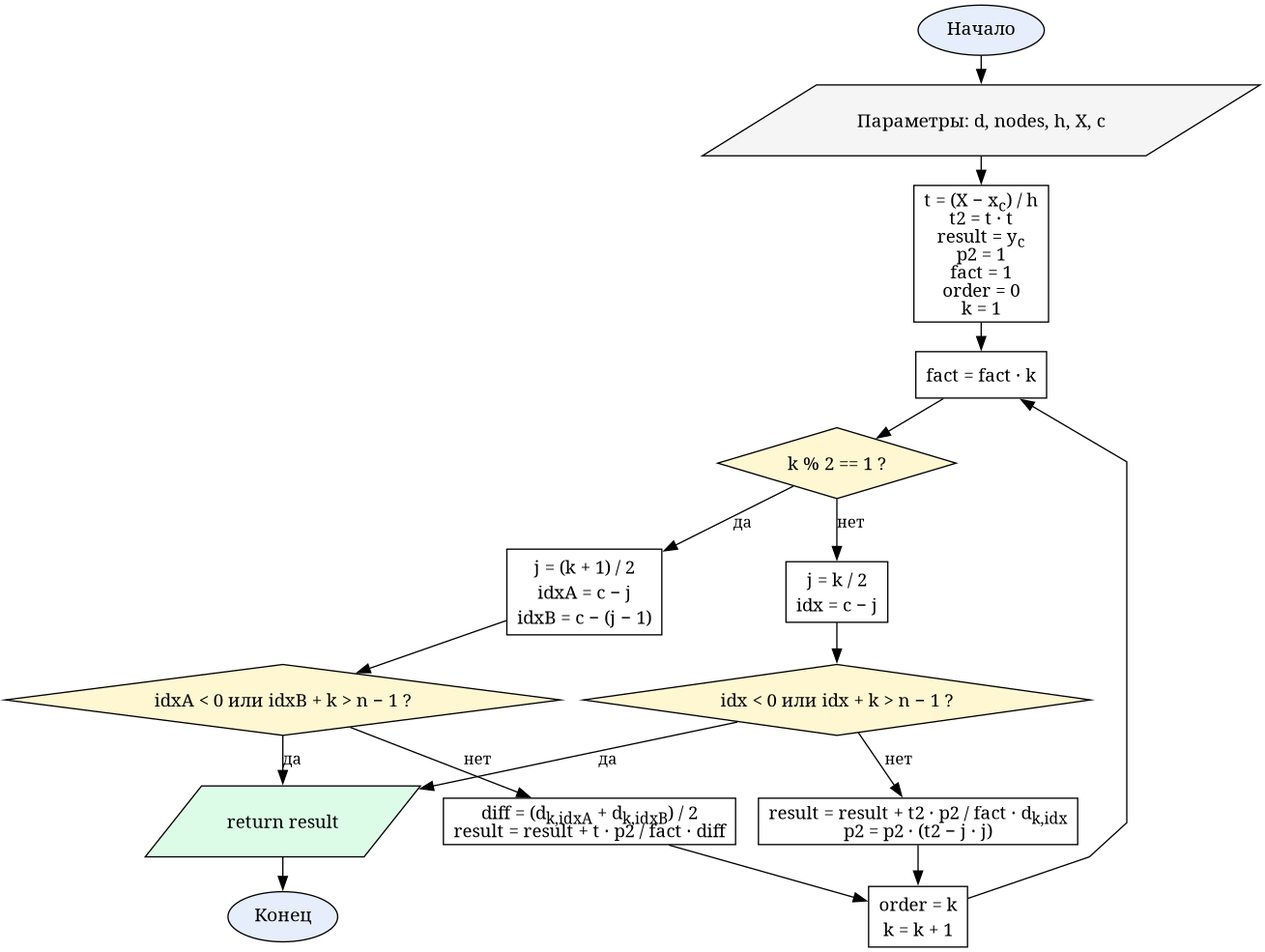
Before: reports/resources/flowcharts/lab5_stirling.png, a diagram exported from Graphviz (Oriptal/calc-math-lab2). Its source is kept beside it as reports/resources/flowcharts/lab5_stirling.dot.
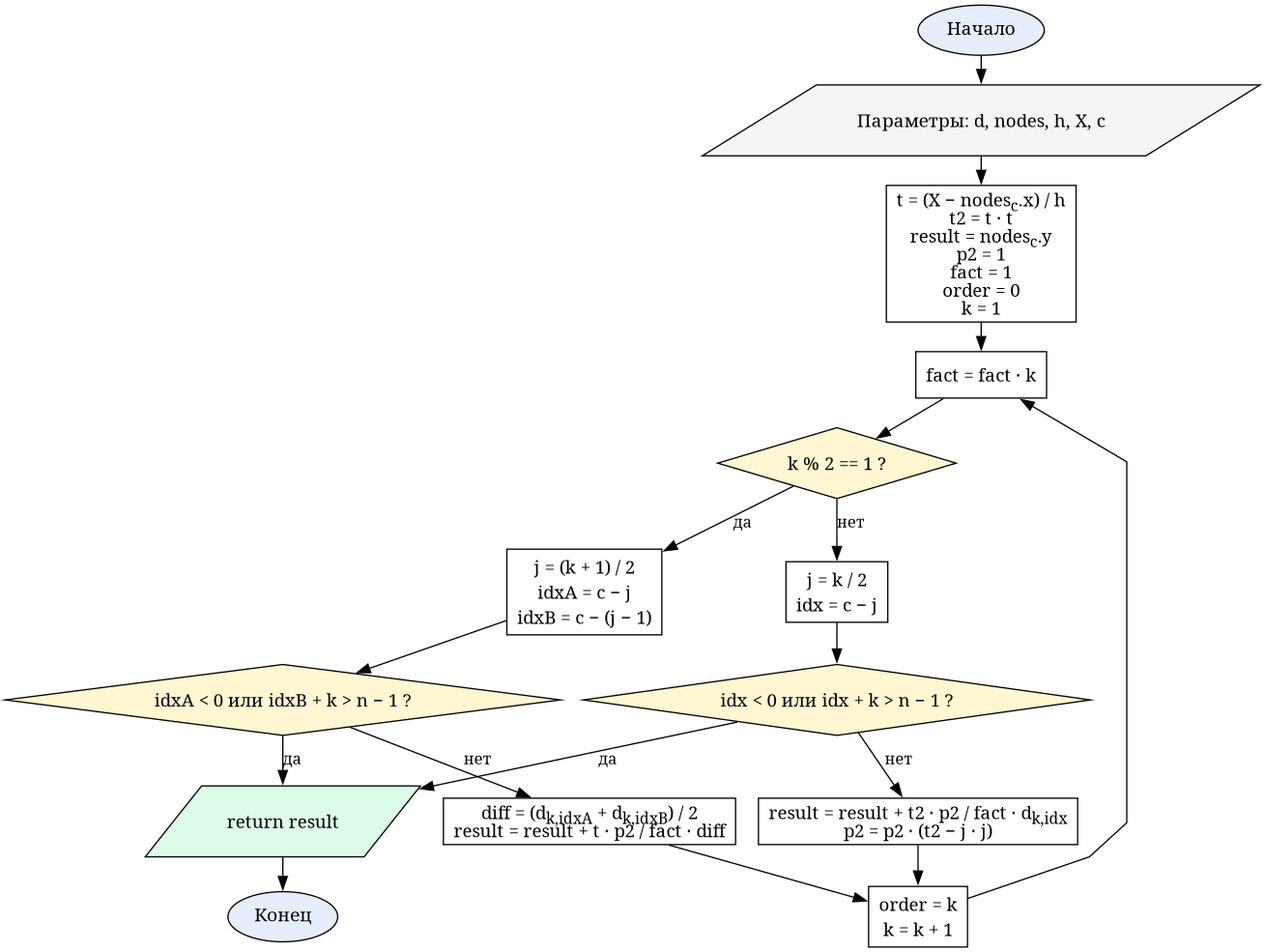
Later version of the same file.

Diff of the diagram source:
```diff
@@ -5,7 +5,7 @@
 
   start  [label="Начало", shape=oval, fillcolor="#e6eefc"]
   input  [label=<Параметры: d, nodes, h, X, c>, shape=parallelogram, fillcolor="#f5f5f5"]
-  init   [label=<t = (X − x<SUB>c</SUB>) / h<BR/>t2 = t · t<BR/>result = y<SUB>c</SUB><BR/>p2 = 1<BR/>fact = 1<BR/>order = 0<BR/>k = 1>, shape=box]
+  init   [label=<t = (X − nodes<SUB>c</SUB>.x) / h<BR/>t2 = t · t<BR/>result = nodes<SUB>c</SUB>.y<BR/>p2 = 1<BR/>fact = 1<BR/>order = 0<BR/>k = 1>, shape=box]
   fk     [label=<fact = fact · k>, shape=box]
   par    [label=<k % 2 == 1 ?>, shape=diamond, fillcolor="#fff7d1"]
 
```
